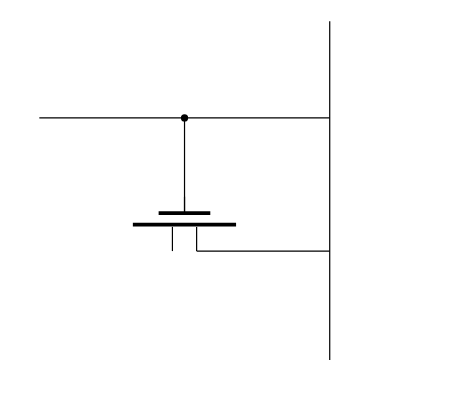
The draw.io diagram page "4-6" (4 of 6) of directory/第四章.drawio in lllwwwooo/draw.io, before the edit. Source tidied: cells renumbered, new cells numbered last; positions are measured from the earlier drawing's top-left corner, leaving out a move shared by most shapes. Both pictures are drawn from the tidied source at 121%, with x=0, y=0 at pixel (39, 21).
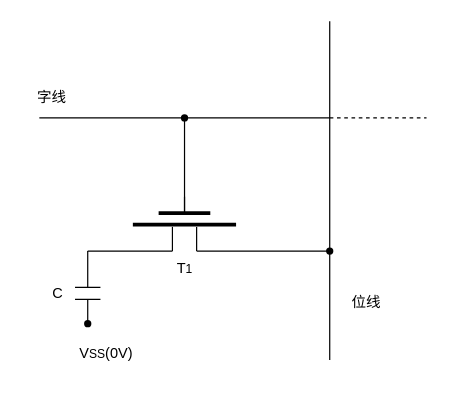
The same page after the edit.

Commit message (it also covers changes not shown here):
更新第四章.drawio

Change to the diagram source:
```diff
@@
-    <mxCell id="13" style="endArrow=none;html=1;rounded=0;" parent="1" edge="1">
+    <mxCell id="13" style="endArrow=none;html=1;rounded=0;" parent="1" edge="1" target="26">
       <mxGeometry relative="1" as="geometry">
         <mxPoint x="130" y="190" as="sourcePoint" />
-        <mxPoint x="240" y="190" as="targetPoint" />
       </mxGeometry>
     </mxCell>
@@
+    <mxCell id="16" style="endArrow=none;html=1;rounded=0;" parent="1" edge="1">
+      <mxGeometry relative="1" as="geometry">
+        <mxPoint x="40" y="190" as="sourcePoint" />
+        <mxPoint x="110" y="190" as="targetPoint" />
+      </mxGeometry>
+    </mxCell>
+    <mxCell id="17" style="endArrow=none;html=1;rounded=0;" parent="1" edge="1">
+      <mxGeometry relative="1" as="geometry">
+        <mxPoint x="40" y="220" as="sourcePoint" />
+        <mxPoint x="40" y="190" as="targetPoint" />
+      </mxGeometry>
+    </mxCell>
+    <mxCell id="18" style="shape=partialRectangle;whiteSpace=wrap;html=1;left=0;right=0;fillColor=none;" parent="1" vertex="1">
+      <mxGeometry x="30" y="220" width="20" height="10" as="geometry" />
+    </mxCell>
+    <mxCell id="19" style="endArrow=none;html=1;rounded=0;entryX=0.5;entryY=1;entryDx=0;entryDy=0;" parent="1" edge="1" target="18">
+      <mxGeometry relative="1" as="geometry">
+        <mxPoint x="40" y="250" as="sourcePoint" />
+      </mxGeometry>
+    </mxCell>
+    <mxCell id="20" style="shape=waypoint;sketch=0;fillStyle=solid;size=6;fillColor=none;perimeter=centerPerimeter;" parent="1" vertex="1">
+      <mxGeometry x="30" y="240" width="20" height="20" as="geometry" />
+    </mxCell>
+    <mxCell id="21" value="V&lt;span style=&quot;font-size: 10px;&quot;&gt;SS&lt;/span&gt;(0V)" style="text;html=1;align=center;verticalAlign=middle;strokeColor=none;fillColor=none;" parent="1" vertex="1">
+      <mxGeometry x="20" y="260" width="70" height="30" as="geometry" />
+    </mxCell>
+    <mxCell id="22" value="C" style="text;html=1;align=center;verticalAlign=middle;strokeColor=none;fillColor=none;" parent="1" vertex="1">
+      <mxGeometry y="210" width="30" height="30" as="geometry" />
+    </mxCell>
+    <mxCell id="23" value="T&lt;span style=&quot;font-size: 10px;&quot;&gt;1&lt;/span&gt;" style="text;html=1;align=center;verticalAlign=middle;strokeColor=none;fillColor=none;" parent="1" vertex="1">
+      <mxGeometry x="100" y="190" width="40" height="30" as="geometry" />
+    </mxCell>
+    <mxCell id="24" value="字线" style="text;html=1;align=center;verticalAlign=middle;strokeColor=none;fillColor=none;" parent="1" vertex="1">
+      <mxGeometry x="-15" y="48" width="50" height="30" as="geometry" />
+    </mxCell>
+    <mxCell id="25" value="位线" style="text;html=1;align=center;verticalAlign=middle;strokeColor=none;fillColor=none;" parent="1" vertex="1">
+      <mxGeometry x="245" y="218" width="50" height="30" as="geometry" />
+    </mxCell>
+    <mxCell id="26" style="shape=waypoint;sketch=0;fillStyle=solid;size=6;points=[];fillColor=none;perimeter=centerPerimeter;snapToPoint=1;" parent="1" vertex="1">
+      <mxGeometry x="230" y="180" width="20" height="20" as="geometry" />
+    </mxCell>
+    <mxCell id="27" style="endArrow=none;dashed=1;html=1;rounded=0;" parent="1" edge="1">
+      <mxGeometry relative="1" as="geometry">
+        <mxPoint x="240" y="80" as="sourcePoint" />
+        <mxPoint x="320" y="80" as="targetPoint" />
+      </mxGeometry>
+    </mxCell>
```
